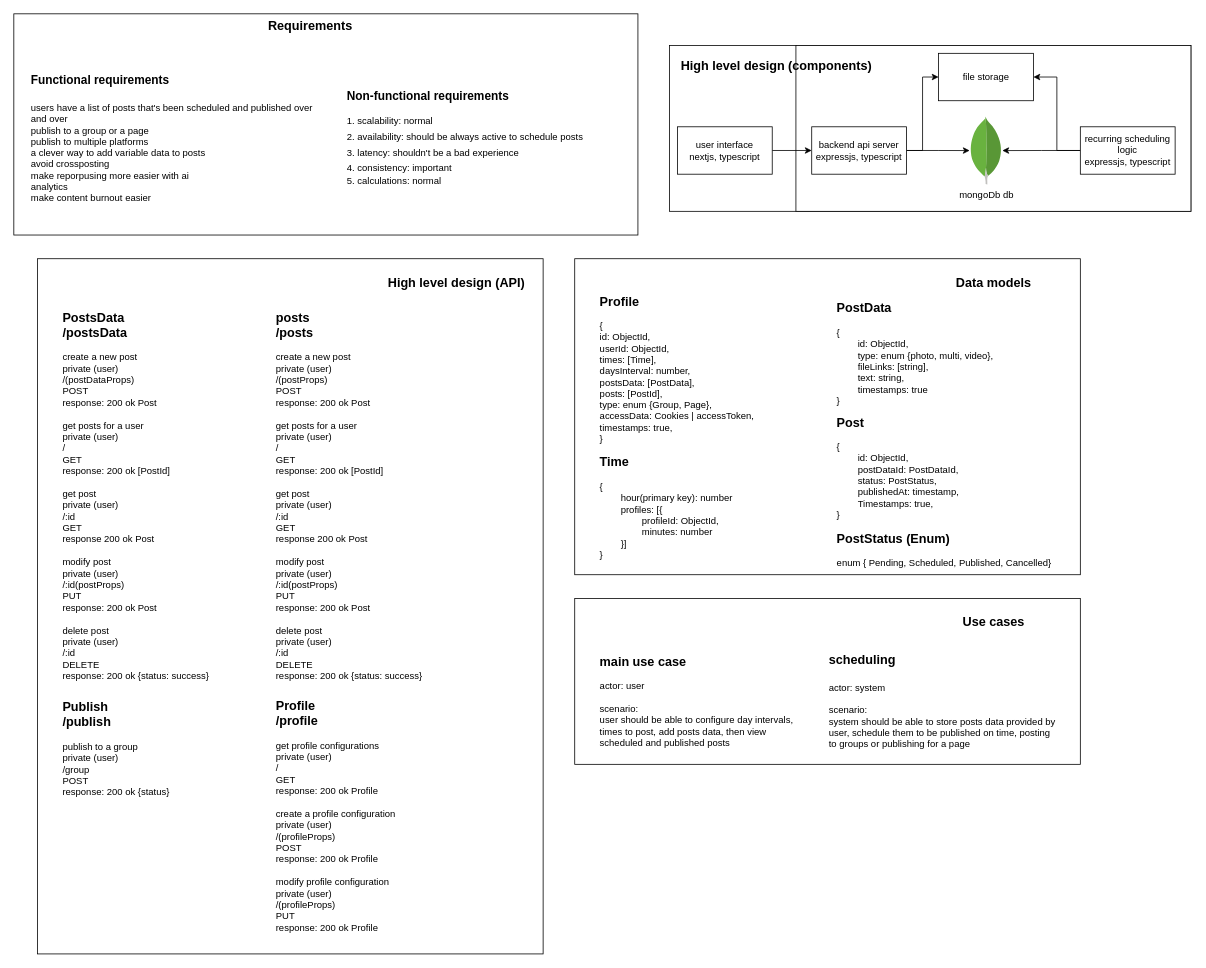
ahmed-elbehairy7/pamylka-system-design keeps this draw.io diagram as page "high-level" (1 of 3) of auto-post.drawio. Above is the earlier version. Source tidied: cells renumbered, new cells numbered last; positions are measured from the earlier drawing's top-left corner, leaving out a move shared by most shapes. Both pictures are drawn from the tidied source at 79%, with x=0, y=0 at pixel (13, 13).
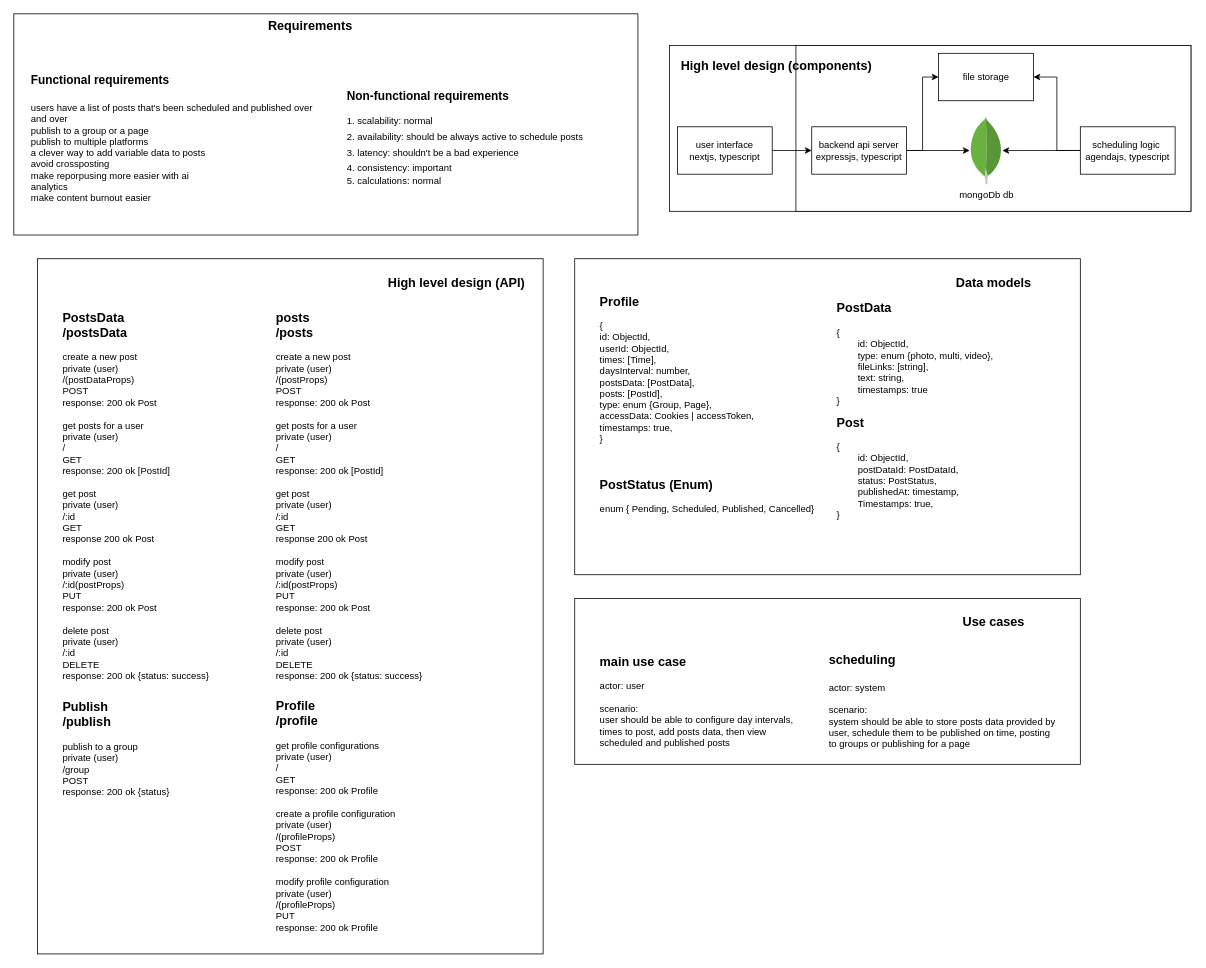
The same page after the edit.

The change refers to these unchanged cells:
```xml
<mxCell id="2" style="group;" parent="1" vertex="1">
  <mxGeometry x="830" y="40" width="662" height="210" as="geometry" />
</mxCell>
<mxCell id="33" style="group;" parent="1" vertex="1">
  <mxGeometry x="710" y="310" width="640" height="400" as="geometry" />
</mxCell>
```

Diff of the diagram source:
```diff
@@
-    <mxCell id="14" value="recurring scheduling logic&lt;br&gt;&lt;div&gt;expressjs, typescript&lt;/div&gt;" style="rounded=0;whiteSpace=wrap;html=1;" parent="2" vertex="1">
+    <mxCell id="14" value="&lt;div&gt;scheduling logic&amp;nbsp;&lt;/div&gt;&lt;div&gt;agendajs, typescript&lt;/div&gt;" style="rounded=0;whiteSpace=wrap;html=1;" parent="2" vertex="1">
       <mxGeometry x="520" y="103" width="120" height="60" as="geometry" />
     </mxCell>
@@
     <mxCell id="39" value="&lt;div&gt;&lt;span style=&quot;font-size: 16px;&quot;&gt;&lt;b&gt;PostStatus (Enum)&lt;/b&gt;&lt;/span&gt;&lt;/div&gt;&lt;div&gt;&lt;span style=&quot;background-color: transparent; color: light-dark(rgb(0, 0, 0), rgb(255, 255, 255));&quot;&gt;&lt;br&gt;&lt;/span&gt;&lt;/div&gt;&lt;div&gt;&lt;span style=&quot;background-color: transparent; color: light-dark(rgb(0, 0, 0), rgb(255, 255, 255));&quot;&gt;enum { Pending, Scheduled, Published,&amp;nbsp;&lt;/span&gt;&lt;span style=&quot;background-color: transparent; color: light-dark(rgb(0, 0, 0), rgb(255, 255, 255));&quot;&gt;Cancelled}&lt;/span&gt;&lt;/div&gt;" style="text;html=1;align=left;verticalAlign=middle;strokeColor=none;fillColor=none;" parent="33" vertex="1">
-      <mxGeometry x="330" y="338" width="300" height="60" as="geometry" />
+      <mxGeometry x="30" y="270" width="300" height="60" as="geometry" />
     </mxCell>
-    <mxCell id="40" value="&lt;div&gt;&lt;span style=&quot;font-size: 16px;&quot;&gt;&lt;b&gt;Time&lt;/b&gt;&lt;/span&gt;&lt;/div&gt;&lt;div&gt;&lt;span style=&quot;background-color: transparent; color: light-dark(rgb(0, 0, 0), rgb(255, 255, 255));&quot;&gt;&lt;br&gt;&lt;/span&gt;&lt;/div&gt;&lt;div&gt;&lt;span style=&quot;background-color: transparent; color: light-dark(rgb(0, 0, 0), rgb(255, 255, 255));&quot;&gt;{&lt;/span&gt;&lt;/div&gt;&lt;div&gt;&lt;span style=&quot;background-color: transparent; color: light-dark(rgb(0, 0, 0), rgb(255, 255, 255));&quot;&gt;&lt;span style=&quot;white-space: pre;&quot;&gt;&#9;&lt;/span&gt;hour(primary key): number&lt;br&gt;&lt;/span&gt;&lt;/div&gt;&lt;div&gt;&lt;span style=&quot;background-color: transparent; color: light-dark(rgb(0, 0, 0), rgb(255, 255, 255)); white-space-collapse: preserve;&quot;&gt;&#9;&lt;/span&gt;&lt;span style=&quot;background-color: transparent; color: light-dark(rgb(0, 0, 0), rgb(255, 255, 255));&quot;&gt;profiles: [{&lt;/span&gt;&lt;/div&gt;&lt;div&gt;&lt;span style=&quot;background-color: transparent; color: light-dark(rgb(0, 0, 0), rgb(255, 255, 255));&quot;&gt;&lt;span style=&quot;white-space: pre;&quot;&gt;&#9;&lt;/span&gt;&lt;span style=&quot;white-space: pre;&quot;&gt;&#9;&lt;/span&gt;profileId: ObjectId,&lt;br&gt;&lt;/span&gt;&lt;/div&gt;&lt;div&gt;&lt;span style=&quot;background-color: transparent; color: light-dark(rgb(0, 0, 0), rgb(255, 255, 255));&quot;&gt;&lt;span style=&quot;white-space: pre;&quot;&gt;&#9;&lt;/span&gt;&lt;span style=&quot;white-space: pre;&quot;&gt;&#9;&lt;/span&gt;minutes: number&lt;br&gt;&lt;/span&gt;&lt;/div&gt;&lt;div&gt;&lt;span style=&quot;background-color: transparent; color: light-dark(rgb(0, 0, 0), rgb(255, 255, 255));&quot;&gt;&lt;span style=&quot;white-space: pre;&quot;&gt;&#9;&lt;/span&gt;}]&lt;br&gt;&lt;/span&gt;&lt;/div&gt;&lt;div&gt;&lt;/div&gt;&lt;div&gt;&lt;/div&gt;&lt;div&gt;&lt;span style=&quot;background-color: transparent; color: light-dark(rgb(0, 0, 0), rgb(255, 255, 255));&quot;&gt;}&lt;/span&gt;&lt;/div&gt;" style="text;html=1;align=left;verticalAlign=middle;strokeColor=none;fillColor=none;" parent="33" vertex="1">
-      <mxGeometry x="30" y="240" width="190" height="150" as="geometry" />
-    </mxCell>
```
